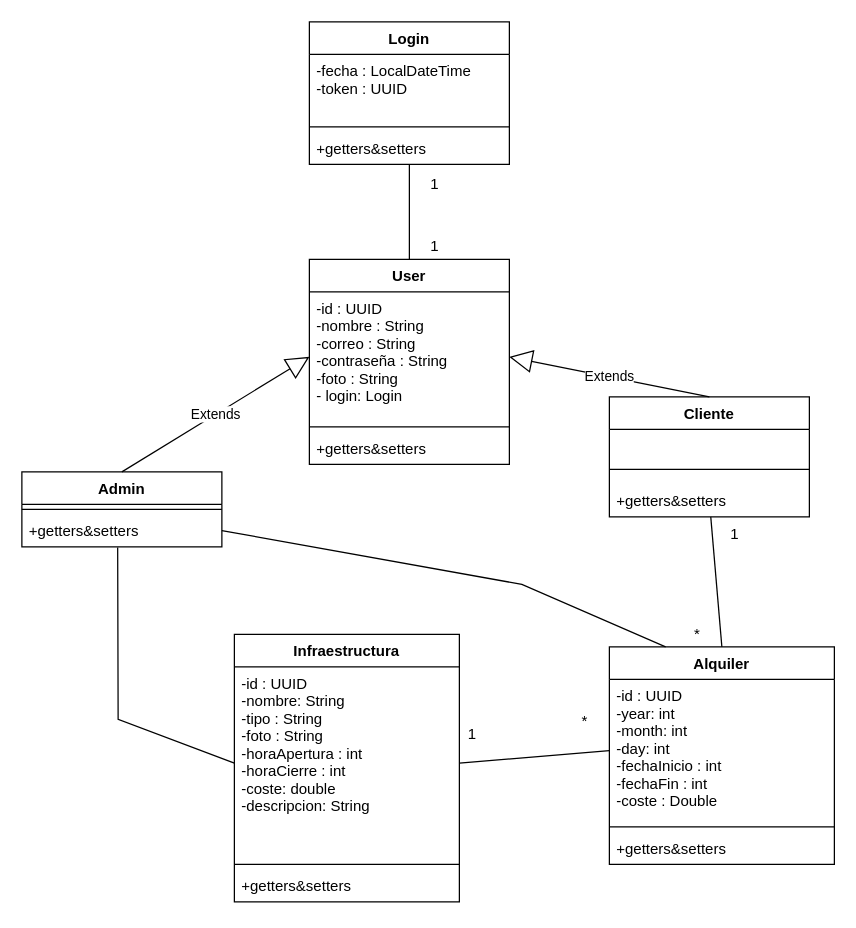
This is diagram/DCBACK.drawio from emilio2403/PracticaFinalCursoBack, a draw.io file, before an edit. Source tidied: cells renumbered, new cells numbered last; positions are measured from the earlier drawing's top-left corner, leaving out a move shared by most shapes. Both pictures are drawn from the tidied source at 125%, with x=0, y=0 at pixel (21, 21).
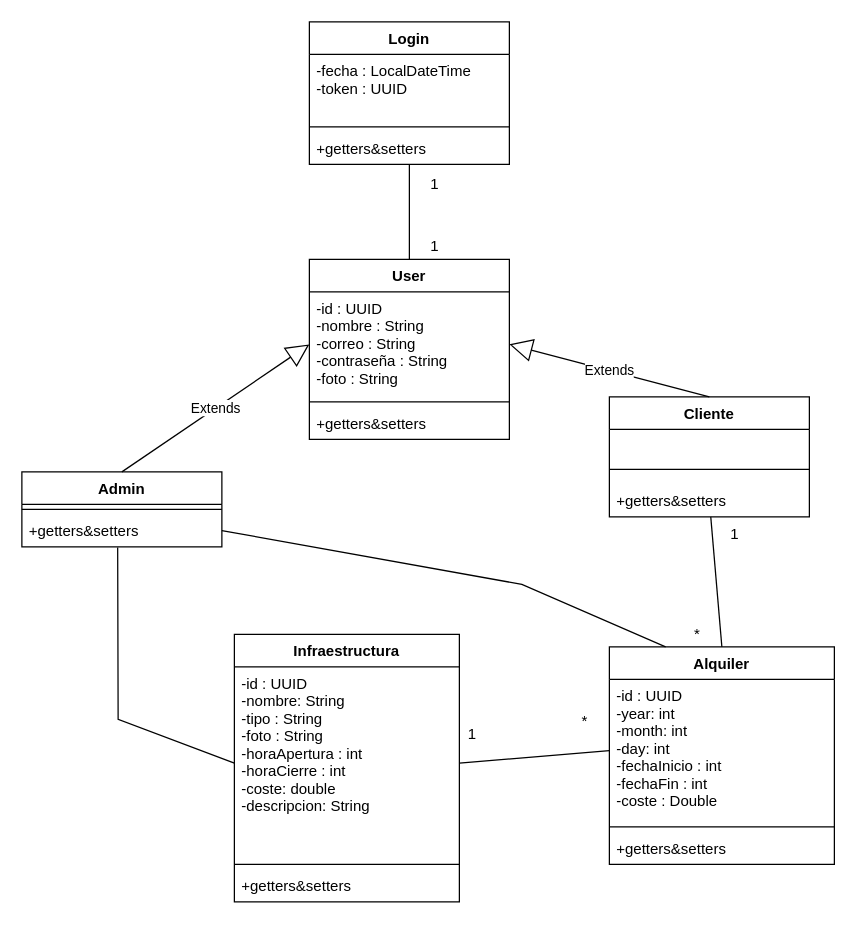
Above is the later version.

Commit message:
Diagrama Clases Acabado Bien XD

The edit, as a diff of the source:
```diff
@@
     <mxCell id="2" value="User" style="swimlane;fontStyle=1;align=center;verticalAlign=top;horizontal=1;startSize=26;" parent="1" vertex="1">
-      <mxGeometry x="230" y="190" width="160" height="164" as="geometry" />
+      <mxGeometry x="230" y="190" width="160" height="144" as="geometry" />
     </mxCell>
-    <mxCell id="3" value="-id : UUID&#10;-nombre : String&#10;-correo : String&#10;-contraseña : String&#10;-foto : String&#10;- login: Login&#10;" style="text;strokeColor=none;fillColor=none;align=left;verticalAlign=top;spacingLeft=4;spacingRight=4;overflow=hidden;points=[[0,0.5],[1,0.5]];portConstraint=eastwest;" parent="2" vertex="1">
-      <mxGeometry y="26" width="160" height="104" as="geometry" />
+    <mxCell id="3" value="-id : UUID&#10;-nombre : String&#10;-correo : String&#10;-contraseña : String&#10;-foto : String&#10;" style="text;strokeColor=none;fillColor=none;align=left;verticalAlign=top;spacingLeft=4;spacingRight=4;overflow=hidden;points=[[0,0.5],[1,0.5]];portConstraint=eastwest;" parent="2" vertex="1">
+      <mxGeometry y="26" width="160" height="84" as="geometry" />
     </mxCell>
     <mxCell id="4" style="line;strokeWidth=1;fillColor=none;align=left;verticalAlign=middle;spacingTop=-1;spacingLeft=3;spacingRight=3;labelPosition=right;" parent="2" vertex="1">
-      <mxGeometry y="130" width="160" height="8" as="geometry" />
+      <mxGeometry y="110" width="160" height="8" as="geometry" />
     </mxCell>
     <mxCell id="5" value="+getters&amp;setters" style="text;strokeColor=none;fillColor=none;align=left;verticalAlign=top;spacingLeft=4;spacingRight=4;overflow=hidden;" parent="2" vertex="1">
-      <mxGeometry y="138" width="160" height="26" as="geometry" />
+      <mxGeometry y="118" width="160" height="26" as="geometry" />
     </mxCell>
```
